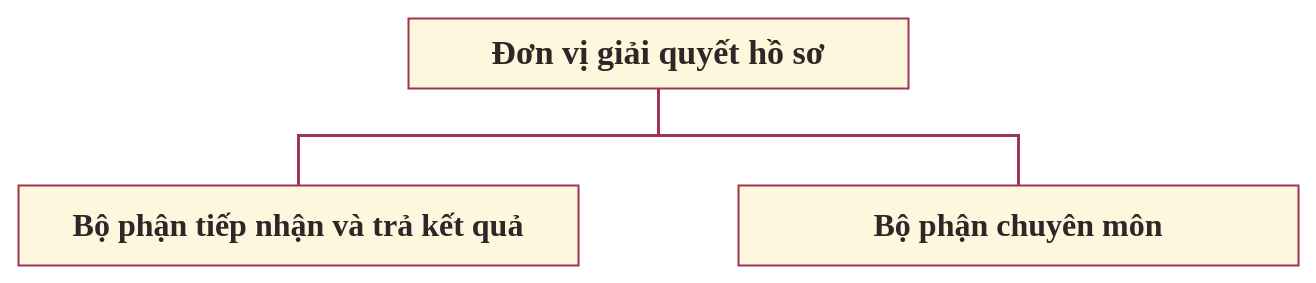
truonggiabao24072005-stack/CIV-01-Cong-Mot-Cua keeps this draw.io diagram as 03_So_do_Drawio/01_Co_cau_to_chuc/Hinh_1_01_Co_cau_don_vi_giai_quyet_ho_so.drawio. Above is the earlier version. Source tidied: cells renumbered, new cells numbered last; positions are measured from the earlier drawing's top-left corner, leaving out a move shared by most shapes. Both pictures are drawn from the tidied source at 100%, with x=0, y=0 at pixel (18, 18).
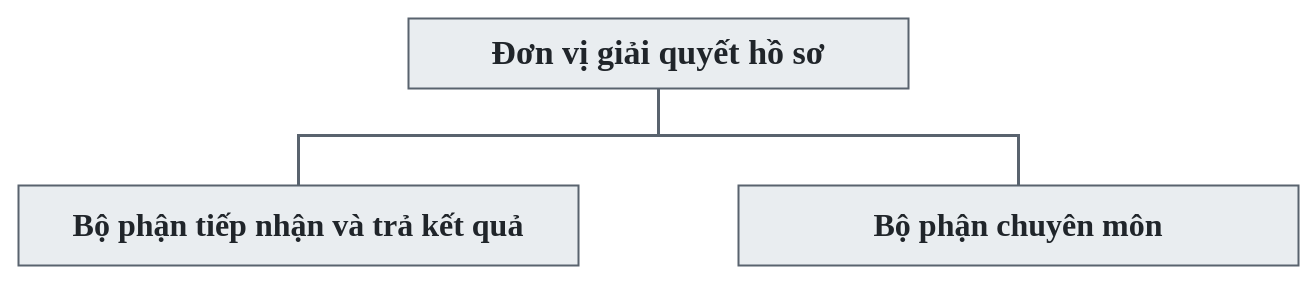
Above is the later version.

Diff of the diagram source:
```diff
@@
 <mxGraphModel background="#FFFFFF">
   <root>
     <mxCell id="0" />
     <mxCell id="1" parent="0" />
-    <mxCell id="2" value="Đơn vị giải quyết hồ sơ" style="rounded=0;whiteSpace=wrap;html=0;verticalAlign=middle;align=center;fillColor=#FFF6DE;strokeColor=#9E3651;strokeWidth=2;fontColor=#302628;fontFamily=Times New Roman;fontStyle=1;fontSize=34;" parent="1" vertex="1">
+    <mxCell id="2" value="Đơn vị giải quyết hồ sơ" style="rounded=0;whiteSpace=wrap;html=0;verticalAlign=middle;align=center;fillColor=#E9EDF0;strokeColor=#59636E;strokeWidth=2;fontColor=#20252A;fontFamily=Times New Roman;fontStyle=1;fontSize=34;" parent="1" vertex="1">
       <mxGeometry x="390" width="500" height="70" as="geometry" />
     </mxCell>
-    <mxCell id="3" value="Bộ phận tiếp nhận và trả kết quả" style="rounded=0;whiteSpace=wrap;html=0;verticalAlign=middle;align=center;fillColor=#FFF6DE;strokeColor=#9E3651;strokeWidth=2;fontColor=#302628;fontFamily=Times New Roman;fontStyle=1;fontSize=32;" parent="1" vertex="1">
+    <mxCell id="3" value="Bộ phận tiếp nhận và trả kết quả" style="rounded=0;whiteSpace=wrap;html=0;verticalAlign=middle;align=center;fillColor=#E9EDF0;strokeColor=#59636E;strokeWidth=2;fontColor=#20252A;fontFamily=Times New Roman;fontStyle=1;fontSize=32;" parent="1" vertex="1">
       <mxGeometry y="167" width="560" height="80" as="geometry" />
     </mxCell>
-    <mxCell id="4" value="Bộ phận chuyên môn" style="rounded=0;whiteSpace=wrap;html=0;verticalAlign=middle;align=center;fillColor=#FFF6DE;strokeColor=#9E3651;strokeWidth=2;fontColor=#302628;fontFamily=Times New Roman;fontStyle=1;fontSize=32;" parent="1" vertex="1">
+    <mxCell id="4" value="Bộ phận chuyên môn" style="rounded=0;whiteSpace=wrap;html=0;verticalAlign=middle;align=center;fillColor=#E9EDF0;strokeColor=#59636E;strokeWidth=2;fontColor=#20252A;fontFamily=Times New Roman;fontStyle=1;fontSize=32;" parent="1" vertex="1">
       <mxGeometry x="720" y="167" width="560" height="80" as="geometry" />
     </mxCell>
-    <mxCell id="5" style="edgeStyle=none;rounded=0;strokeColor=#9E3651;strokeWidth=3;dashed=0;dashPattern=5 4;endArrow=none;endSize=10;endFill=0;exitX=0.5;exitY=1;entryX=0.5;entryY=0;" parent="1" edge="1" source="2" target="3">
+    <mxCell id="5" style="edgeStyle=none;rounded=0;strokeColor=#59636E;strokeWidth=3;dashed=0;dashPattern=5 4;endArrow=none;endSize=10;endFill=0;exitX=0.5;exitY=1;entryX=0.5;entryY=0;" parent="1" edge="1" source="2" target="3">
       <mxGeometry relative="1" as="geometry">
         <Array as="points">
           <mxPoint x="640" y="117" />
           <mxPoint x="280" y="117" />
         </Array>
       </mxGeometry>
     </mxCell>
-    <mxCell id="6" style="edgeStyle=none;rounded=0;strokeColor=#9E3651;strokeWidth=3;dashed=0;dashPattern=5 4;endArrow=none;endSize=10;endFill=0;exitX=0.5;exitY=1;entryX=0.5;entryY=0;" parent="1" edge="1" source="2" target="4">
+    <mxCell id="6" style="edgeStyle=none;rounded=0;strokeColor=#59636E;strokeWidth=3;dashed=0;dashPattern=5 4;endArrow=none;endSize=10;endFill=0;exitX=0.5;exitY=1;entryX=0.5;entryY=0;" parent="1" edge="1" source="2" target="4">
       <mxGeometry relative="1" as="geometry">
         <Array as="points">
           <mxPoint x="640" y="117" />
           <mxPoint x="1000" y="117" />
         </Array>
       </mxGeometry>
     </mxCell>
   </root>
 </mxGraphModel>
```
